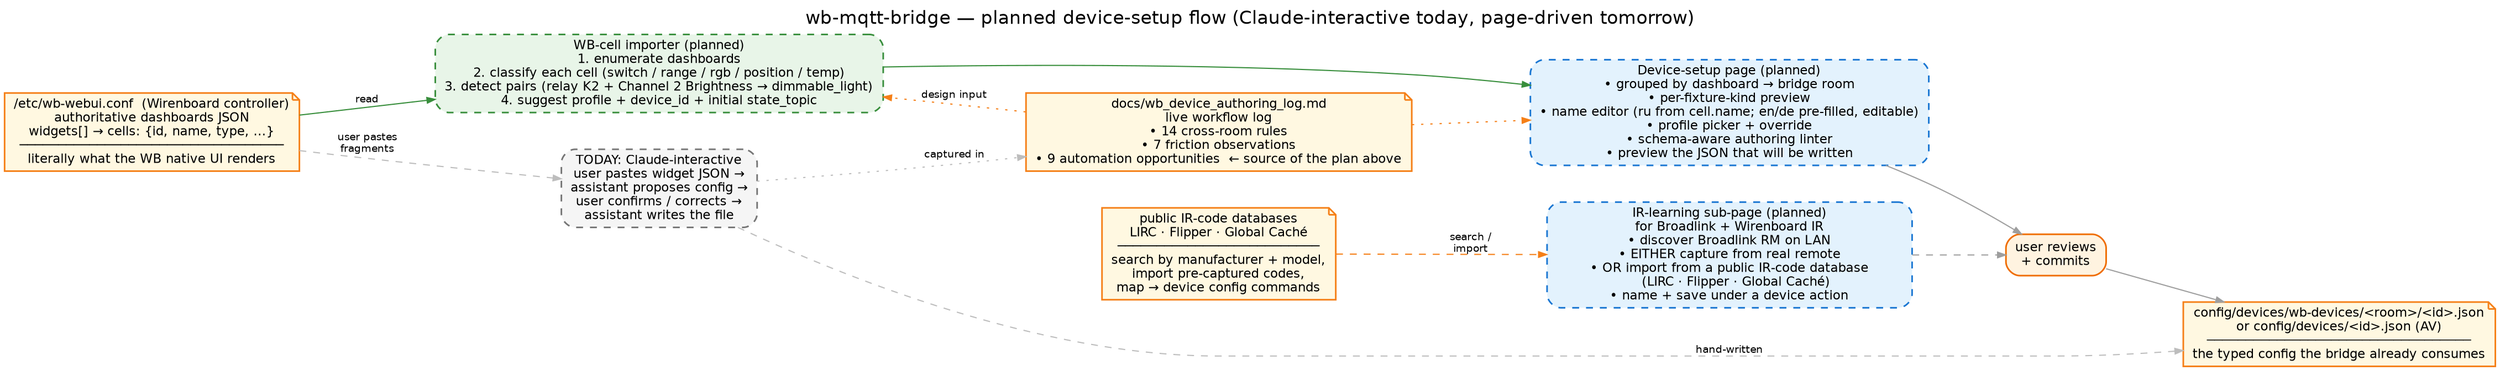
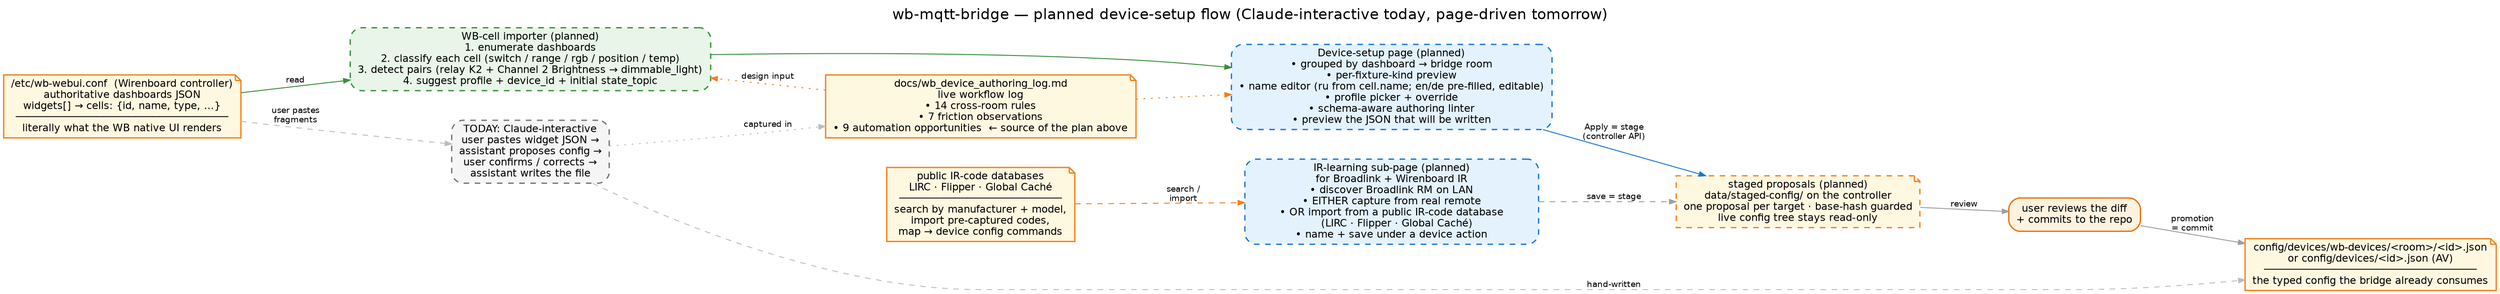
// wb-mqtt-bridge — planned device-setup flow. Render:
//   dot -Tpng docs/images/device-setup-flow.dot -o docs/images/device-setup-flow.png
// Palette: see hexagon.dot header.
digraph device_setup {
  rankdir=LR;
  bgcolor="white";
  splines=spline;
  nodesep=0.45; ranksep=0.9;
  fontname="Helvetica"; labelloc=t; fontsize=16;
  label="wb-mqtt-bridge — planned device-setup flow (Claude-interactive today, page-driven tomorrow)";

  node [fontname="Helvetica", fontsize=11, shape=box, style="filled,rounded", penwidth=1.4];
  edge [fontname="Helvetica", fontsize=9, color="#9e9e9e", arrowsize=0.7];

  // --- the source of truth on the controller ---
  wbconf [shape=note, fillcolor="#fff8e1", color="#f57f17",
          label="/etc/wb-webui.conf  (Wirenboard controller)\nauthoritative dashboards JSON\nwidgets[] → cells: {id, name, type, …}\n──────────────────────────────────\nliterally what the WB native UI renders"];

  // --- the importer (planned) ---
  importer [label="WB-cell importer (planned)\n1. enumerate dashboards\n2. classify each cell (switch / range / rgb / position / temp)\n3. detect pairs (relay K2 + Channel 2 Brightness → dimmable_light)\n4. suggest profile + device_id + initial state_topic",
            fillcolor="#e8f5e8", color="#388e3c", width=4.6, style="filled,rounded,dashed"];

  // --- the setup page (planned) ---
  page [label="Device-setup page (planned)\n• grouped by dashboard → bridge room\n• per-fixture-kind preview\n• name editor (ru from cell.name; en/de pre-filled, editable)\n• profile picker + override\n• schema-aware authoring linter\n• preview the JSON that will be written",
        fillcolor="#e3f2fd", color="#1976d2", width=4.6, style="filled,rounded,dashed"];

  // --- IR-learning sub-page (planned) ---
  ir_page [label="IR-learning sub-page (planned)\nfor Broadlink + Wirenboard IR\n• discover Broadlink RM on LAN\n• EITHER capture from real remote\n• OR import from a public IR-code database\n   (LIRC · Flipper · Global Caché)\n• name + save under a device action",
           fillcolor="#e3f2fd", color="#1976d2", width=4.4, style="filled,rounded,dashed"];

  // --- public IR-code databases as input source ---
  ir_db [shape=note, fillcolor="#fff8e1", color="#f57f17",
         label="public IR-code databases\nLIRC · Flipper · Global Caché\n──────────────────────────\nsearch by manufacturer + model,\nimport pre-captured codes,\nmap → device config commands"];

+   // --- staged proposals (planned) ---
+   staged [shape=note, fillcolor="#fff8e1", color="#f57f17", style="filled,dashed",
+           label="staged proposals (planned)\ndata/staged-config/ on the controller\none proposal per target · base-hash guarded\nlive config tree stays read-only"];
+ 
  // --- user review ---
-   user [label="user reviews\n+ commits",
+   user [label="user reviews the diff\n+ commits to the repo",
        fillcolor="#fff3e0", color="#ef6c00"];

  // --- the artefacts produced ---
  cfg [shape=note, fillcolor="#fff8e1", color="#f57f17",
       label="config/devices/wb-devices/<room>/<id>.json\nor config/devices/<id>.json (AV)\n──────────────────────────────────\nthe typed config the bridge already consumes"];

  // --- claude-interactive flow today (parallel lane) ---
  claude [label="TODAY: Claude-interactive\nuser pastes widget JSON →\nassistant proposes config →\nuser confirms / corrects →\nassistant writes the file",
          fillcolor="#f5f5f5", color="#757575", style="filled,rounded,dashed"];

  log [shape=note, fillcolor="#fff8e1", color="#f57f17",
       label="docs/wb_device_authoring_log.md\nlive workflow log\n• 14 cross-room rules\n• 7 friction observations\n• 9 automation opportunities  ← source of the plan above"];

  // edges
  wbconf -> importer [label="read", color="#388e3c"];
  importer -> page [color="#388e3c"];
-   page -> user;
+   page -> staged [label="Apply = stage\n(controller API)", color="#1976d2"];
  ir_db -> ir_page [label="search /\nimport", color="#f57f17", style=dashed];
-   ir_page -> user [style=dashed];
-   user -> cfg;
+   ir_page -> staged [style=dashed, label="save = stage"];
+   staged -> user [label="review"];
+   user -> cfg [label="promotion\n= commit"];

  // claude flow today
  wbconf -> claude [label="user pastes\nfragments", style=dashed, color="#bdbdbd"];
  claude -> cfg [style=dashed, color="#bdbdbd", label="hand-written"];
  claude -> log [style=dotted, color="#bdbdbd", label="captured in"];
  log -> importer [style=dotted, color="#f57f17", label="design input"];
  log -> page    [style=dotted, color="#f57f17"];

  {rank=same; importer; claude}
  {rank=same; page; ir_page}
}
